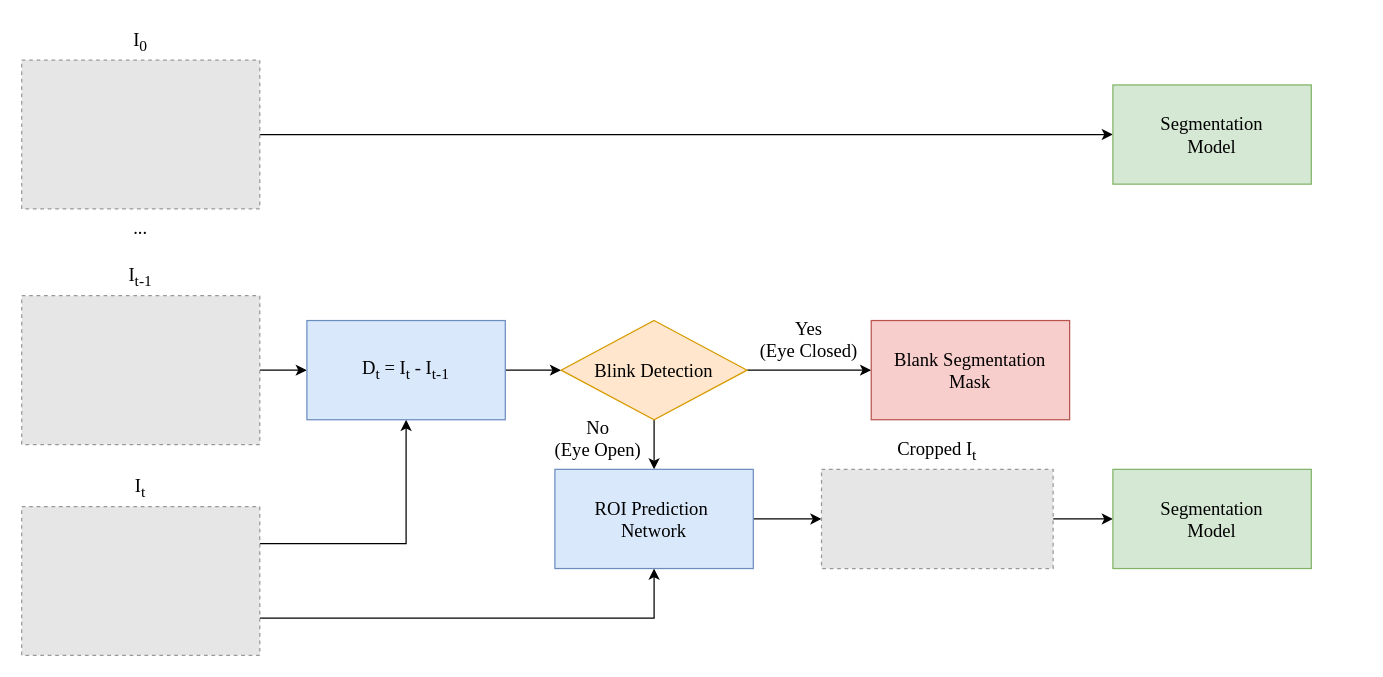
omaraguilarr84/VisualTracking keeps this draw.io diagram as AutoROI_flowchart.drawio. Above is the earlier version. Source tidied: cells renumbered, new cells numbered last; positions are measured from the earlier drawing's top-left corner, leaving out a move shared by most shapes. Both pictures are drawn from the tidied source at 124%, with x=0, y=0 at pixel (21, 22). Pictures stored in the file or linked from it are replaced by grey dashed boxes.
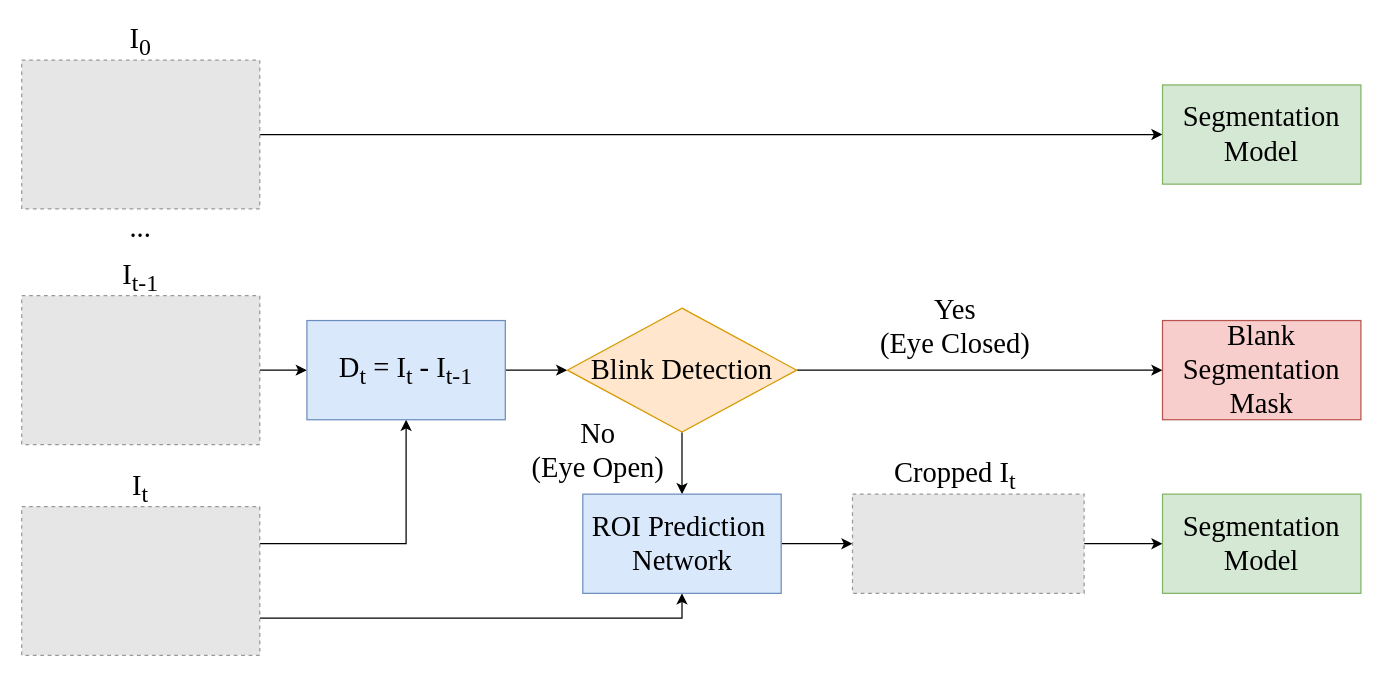
Above is the later version.

The edit, as a diff of the source:
```diff
@@
-    <mxCell id="2" style="edgeStyle=orthogonalEdgeStyle;rounded=0;jettySize=auto;html=1;exitX=1;exitY=0.5;exitDx=0;exitDy=0;entryX=0;entryY=0.5;entryDx=0;entryDy=0;" parent="1" edge="1" source="3" target="26">
+    <mxCell id="2" style="edgeStyle=orthogonalEdgeStyle;rounded=0;jettySize=auto;html=1;exitX=1;exitY=0.5;exitDx=0;exitDy=0;entryX=0;entryY=0.5;entryDx=0;entryDy=0;fontFamily=Times New Roman;fontSize=23;" parent="1" edge="1" source="3" target="26">
       <mxGeometry relative="1" as="geometry" />
     </mxCell>
-    <mxCell id="3" style="fillColor=#E6E6E6;strokeColor=#999999;dashed=1;verticalLabelPosition=bottom;labelBackgroundColor=default;verticalAlign=top;" parent="1" vertex="1">
+    <mxCell id="3" style="fillColor=#E6E6E6;strokeColor=#999999;dashed=1;verticalLabelPosition=bottom;labelBackgroundColor=default;verticalAlign=top;fontFamily=Times New Roman;fontSize=23;" parent="1" vertex="1">
       <mxGeometry y="30" width="192" height="120" as="geometry" />
     </mxCell>
-    <mxCell id="4" value="&lt;font face=&quot;Times New Roman&quot; style=&quot;font-size: 15px;&quot;&gt;I&lt;sub style=&quot;&quot;&gt;0&lt;/sub&gt;&lt;/font&gt;" style="text;html=1;align=center;verticalAlign=middle;whiteSpace=wrap;rounded=0;" parent="1" vertex="1">
+    <mxCell id="4" value="&lt;font&gt;I&lt;sub&gt;0&lt;/sub&gt;&lt;/font&gt;" style="text;html=1;align=center;verticalAlign=middle;whiteSpace=wrap;rounded=0;fontFamily=Times New Roman;fontSize=23;" parent="1" vertex="1">
       <mxGeometry x="66" width="60" height="30" as="geometry" />
     </mxCell>
-    <mxCell id="5" style="edgeStyle=orthogonalEdgeStyle;rounded=0;jettySize=auto;html=1;exitX=1;exitY=0.5;exitDx=0;exitDy=0;entryX=0;entryY=0.5;entryDx=0;entryDy=0;" parent="1" edge="1" source="6" target="14">
+    <mxCell id="5" style="edgeStyle=orthogonalEdgeStyle;rounded=0;jettySize=auto;html=1;exitX=1;exitY=0.5;exitDx=0;exitDy=0;entryX=0;entryY=0.5;entryDx=0;entryDy=0;fontFamily=Times New Roman;fontSize=23;" parent="1" edge="1" source="6" target="14">
       <mxGeometry relative="1" as="geometry" />
     </mxCell>
-    <mxCell id="6" style="fillColor=#E6E6E6;strokeColor=#999999;dashed=1;verticalLabelPosition=bottom;labelBackgroundColor=default;verticalAlign=top;" parent="1" vertex="1">
+    <mxCell id="6" style="fillColor=#E6E6E6;strokeColor=#999999;dashed=1;verticalLabelPosition=bottom;labelBackgroundColor=default;verticalAlign=top;fontFamily=Times New Roman;fontSize=23;" parent="1" vertex="1">
       <mxGeometry y="220" width="192" height="120" as="geometry" />
     </mxCell>
-    <mxCell id="7" value="&lt;font face=&quot;Times New Roman&quot;&gt;&lt;span style=&quot;font-size: 15px;&quot;&gt;I&lt;sub&gt;t-1&lt;/sub&gt;&lt;/span&gt;&lt;/font&gt;" style="text;html=1;align=center;verticalAlign=middle;whiteSpace=wrap;rounded=0;" parent="1" vertex="1">
+    <mxCell id="7" value="&lt;font&gt;&lt;span&gt;I&lt;sub&gt;t-1&lt;/sub&gt;&lt;/span&gt;&lt;/font&gt;" style="text;html=1;align=center;verticalAlign=middle;whiteSpace=wrap;rounded=0;fontFamily=Times New Roman;fontSize=23;" parent="1" vertex="1">
       <mxGeometry x="66" y="190" width="60" height="30" as="geometry" />
     </mxCell>
-    <mxCell id="8" value="&lt;font face=&quot;Times New Roman&quot; style=&quot;font-size: 15px;&quot;&gt;...&lt;/font&gt;" style="text;html=1;align=center;verticalAlign=middle;whiteSpace=wrap;rounded=0;" parent="1" vertex="1">
+    <mxCell id="8" value="&lt;font&gt;...&lt;/font&gt;" style="text;html=1;align=center;verticalAlign=middle;whiteSpace=wrap;rounded=0;fontFamily=Times New Roman;fontSize=23;" parent="1" vertex="1">
       <mxGeometry x="66" y="150" width="60" height="30" as="geometry" />
     </mxCell>
-    <mxCell id="9" style="edgeStyle=orthogonalEdgeStyle;rounded=0;jettySize=auto;html=1;exitX=1;exitY=0.25;exitDx=0;exitDy=0;entryX=0.5;entryY=1;entryDx=0;entryDy=0;" parent="1" edge="1" source="11" target="14">
+    <mxCell id="9" style="edgeStyle=orthogonalEdgeStyle;rounded=0;jettySize=auto;html=1;exitX=1;exitY=0.25;exitDx=0;exitDy=0;entryX=0.5;entryY=1;entryDx=0;entryDy=0;fontFamily=Times New Roman;fontSize=23;" parent="1" edge="1" source="11" target="14">
       <mxGeometry relative="1" as="geometry" />
     </mxCell>
-    <mxCell id="10" style="edgeStyle=orthogonalEdgeStyle;rounded=0;jettySize=auto;html=1;exitX=1;exitY=0.75;exitDx=0;exitDy=0;entryX=0.5;entryY=1;entryDx=0;entryDy=0;" parent="1" edge="1" source="11" target="20">
+    <mxCell id="10" style="edgeStyle=orthogonalEdgeStyle;rounded=0;jettySize=auto;html=1;exitX=1;exitY=0.75;exitDx=0;exitDy=0;entryX=0.5;entryY=1;entryDx=0;entryDy=0;fontFamily=Times New Roman;fontSize=23;" parent="1" edge="1" source="11" target="20">
       <mxGeometry relative="1" as="geometry" />
     </mxCell>
-    <mxCell id="11" style="fillColor=#E6E6E6;strokeColor=#999999;dashed=1;verticalLabelPosition=bottom;labelBackgroundColor=default;verticalAlign=top;" parent="1" vertex="1">
+    <mxCell id="11" style="fillColor=#E6E6E6;strokeColor=#999999;dashed=1;verticalLabelPosition=bottom;labelBackgroundColor=default;verticalAlign=top;fontFamily=Times New Roman;fontSize=23;" parent="1" vertex="1">
       <mxGeometry y="390" width="192" height="120" as="geometry" />
     </mxCell>
-    <mxCell id="12" value="&lt;font face=&quot;Times New Roman&quot;&gt;&lt;span style=&quot;font-size: 15px;&quot;&gt;I&lt;sub&gt;t&lt;/sub&gt;&lt;/span&gt;&lt;/font&gt;" style="text;html=1;align=center;verticalAlign=middle;whiteSpace=wrap;rounded=0;" parent="1" vertex="1">
+    <mxCell id="12" value="&lt;font&gt;&lt;span&gt;I&lt;sub&gt;t&lt;/sub&gt;&lt;/span&gt;&lt;/font&gt;" style="text;html=1;align=center;verticalAlign=middle;whiteSpace=wrap;rounded=0;fontFamily=Times New Roman;fontSize=23;" parent="1" vertex="1">
       <mxGeometry x="66" y="360" width="60" height="30" as="geometry" />
     </mxCell>
-    <mxCell id="13" style="edgeStyle=orthogonalEdgeStyle;rounded=0;jettySize=auto;html=1;exitX=1;exitY=0.5;exitDx=0;exitDy=0;entryX=0;entryY=0.5;entryDx=0;entryDy=0;" parent="1" edge="1" source="14" target="17">
+    <mxCell id="13" style="edgeStyle=orthogonalEdgeStyle;rounded=0;jettySize=auto;html=1;exitX=1;exitY=0.5;exitDx=0;exitDy=0;entryX=0;entryY=0.5;entryDx=0;entryDy=0;fontFamily=Times New Roman;fontSize=23;" parent="1" edge="1" source="14" target="17">
       <mxGeometry relative="1" as="geometry" />
     </mxCell>
-    <mxCell id="14" value="&lt;font style=&quot;font-size: 15px;&quot; face=&quot;Times New Roman&quot;&gt;D&lt;sub&gt;t&lt;/sub&gt; = I&lt;sub&gt;t&lt;/sub&gt; - I&lt;sub&gt;t-1&lt;/sub&gt;&lt;/font&gt;" style="rounded=0;whiteSpace=wrap;html=1;fillColor=#dae8fc;strokeColor=#6c8ebf;" parent="1" vertex="1">
+    <mxCell id="14" value="&lt;font&gt;D&lt;sub&gt;t&lt;/sub&gt; = I&lt;sub&gt;t&lt;/sub&gt; - I&lt;sub&gt;t-1&lt;/sub&gt;&lt;/font&gt;" style="rounded=0;whiteSpace=wrap;html=1;fillColor=#dae8fc;strokeColor=#6c8ebf;fontFamily=Times New Roman;fontSize=23;" parent="1" vertex="1">
       <mxGeometry x="230" y="240" width="160" height="80" as="geometry" />
     </mxCell>
-    <mxCell id="15" style="edgeStyle=orthogonalEdgeStyle;rounded=0;jettySize=auto;html=1;exitX=0.5;exitY=1;exitDx=0;exitDy=0;entryX=0.5;entryY=0;entryDx=0;entryDy=0;" parent="1" edge="1" source="17" target="20">
+    <mxCell id="15" style="edgeStyle=orthogonalEdgeStyle;rounded=0;jettySize=auto;html=1;exitX=0.5;exitY=1;exitDx=0;exitDy=0;entryX=0.5;entryY=0;entryDx=0;entryDy=0;fontFamily=Times New Roman;fontSize=23;" parent="1" edge="1" source="17" target="20">
       <mxGeometry relative="1" as="geometry" />
     </mxCell>
-    <mxCell id="16" style="edgeStyle=orthogonalEdgeStyle;rounded=0;jettySize=auto;html=1;exitX=1;exitY=0.5;exitDx=0;exitDy=0;entryX=0;entryY=0.5;entryDx=0;entryDy=0;" parent="1" edge="1" source="17" target="18">
+    <mxCell id="16" style="edgeStyle=orthogonalEdgeStyle;rounded=0;jettySize=auto;html=1;exitX=1;exitY=0.5;exitDx=0;exitDy=0;entryX=0;entryY=0.5;entryDx=0;entryDy=0;fontFamily=Times New Roman;fontSize=23;" parent="1" edge="1" source="17" target="18">
       <mxGeometry relative="1" as="geometry" />
     </mxCell>
-    <mxCell id="17" value="&lt;font face=&quot;Times New Roman&quot; style=&quot;font-size: 15px;&quot;&gt;Blink Detection&lt;/font&gt;" style="rhombus;whiteSpace=wrap;html=1;fillColor=#ffe6cc;strokeColor=#d79b00;" parent="1" vertex="1">
-      <mxGeometry x="435" y="240" width="150" height="80" as="geometry" />
+    <mxCell id="17" value="&lt;font&gt;Blink Detection&lt;/font&gt;" style="rhombus;whiteSpace=wrap;html=1;fillColor=#ffe6cc;strokeColor=#d79b00;fontFamily=Times New Roman;fontSize=23;" parent="1" vertex="1">
+      <mxGeometry x="440" y="230" width="185" height="100" as="geometry" />
     </mxCell>
-    <mxCell id="18" value="&lt;font face=&quot;Times New Roman&quot;&gt;&lt;span style=&quot;font-size: 15px;&quot;&gt;Blank Segmentation Mask&lt;/span&gt;&lt;/font&gt;" style="rounded=0;whiteSpace=wrap;html=1;fillColor=#f8cecc;strokeColor=#b85450;" parent="1" vertex="1">
-      <mxGeometry x="685.1" y="240" width="160" height="80" as="geometry" />
+    <mxCell id="18" value="&lt;font&gt;&lt;span&gt;Blank Segmentation Mask&lt;/span&gt;&lt;/font&gt;" style="rounded=0;whiteSpace=wrap;html=1;fillColor=#f8cecc;strokeColor=#b85450;fontFamily=Times New Roman;fontSize=23;" parent="1" vertex="1">
+      <mxGeometry x="920" y="240" width="160" height="80" as="geometry" />
     </mxCell>
-    <mxCell id="19" style="edgeStyle=orthogonalEdgeStyle;rounded=0;jettySize=auto;html=1;exitX=1;exitY=0.5;exitDx=0;exitDy=0;entryX=0;entryY=0.5;entryDx=0;entryDy=0;" parent="1" edge="1" source="20" target="22">
+    <mxCell id="19" style="edgeStyle=orthogonalEdgeStyle;rounded=0;jettySize=auto;html=1;exitX=1;exitY=0.5;exitDx=0;exitDy=0;entryX=0;entryY=0.5;entryDx=0;entryDy=0;fontFamily=Times New Roman;fontSize=23;" parent="1" edge="1" source="20" target="22">
       <mxGeometry relative="1" as="geometry" />
     </mxCell>
-    <mxCell id="20" value="&lt;font face=&quot;Times New Roman&quot;&gt;&lt;span style=&quot;font-size: 15px;&quot;&gt;ROI Prediction&amp;nbsp;&lt;/span&gt;&lt;/font&gt;&lt;div&gt;&lt;font face=&quot;Times New Roman&quot;&gt;&lt;span style=&quot;font-size: 15px;&quot;&gt;Network&lt;/span&gt;&lt;/font&gt;&lt;/div&gt;" style="rounded=0;whiteSpace=wrap;html=1;fillColor=#dae8fc;strokeColor=#6c8ebf;" parent="1" vertex="1">
-      <mxGeometry x="430" y="360" width="160" height="80" as="geometry" />
+    <mxCell id="20" value="&lt;font&gt;&lt;span&gt;ROI Prediction&amp;nbsp;&lt;/span&gt;&lt;/font&gt;&lt;div&gt;&lt;font&gt;&lt;span&gt;Network&lt;/span&gt;&lt;/font&gt;&lt;/div&gt;" style="rounded=0;whiteSpace=wrap;html=1;fillColor=#dae8fc;strokeColor=#6c8ebf;fontFamily=Times New Roman;fontSize=23;" parent="1" vertex="1">
+      <mxGeometry x="452.5" y="380" width="160" height="80" as="geometry" />
     </mxCell>
-    <mxCell id="21" style="edgeStyle=orthogonalEdgeStyle;rounded=0;jettySize=auto;html=1;exitX=1;exitY=0.5;exitDx=0;exitDy=0;entryX=0;entryY=0.5;entryDx=0;entryDy=0;" parent="1" edge="1" source="22" target="25">
+    <mxCell id="21" style="edgeStyle=orthogonalEdgeStyle;rounded=0;jettySize=auto;html=1;exitX=1;exitY=0.5;exitDx=0;exitDy=0;entryX=0;entryY=0.5;entryDx=0;entryDy=0;fontFamily=Times New Roman;fontSize=23;" parent="1" edge="1" source="22" target="25">
       <mxGeometry relative="1" as="geometry" />
     </mxCell>
-    <mxCell id="22" style="fillColor=#E6E6E6;strokeColor=#999999;dashed=1;verticalLabelPosition=bottom;labelBackgroundColor=default;verticalAlign=top;" parent="1" vertex="1">
-      <mxGeometry x="645" y="360" width="186.8" height="80" as="geometry" />
+    <mxCell id="22" style="fillColor=#E6E6E6;strokeColor=#999999;dashed=1;verticalLabelPosition=bottom;labelBackgroundColor=default;verticalAlign=top;fontFamily=Times New Roman;fontSize=23;" parent="1" vertex="1">
+      <mxGeometry x="670" y="380" width="186.8" height="80" as="geometry" />
     </mxCell>
-    <mxCell id="23" value="&lt;font face=&quot;Times New Roman&quot; style=&quot;font-size: 15px;&quot;&gt;Cropped I&lt;sub&gt;t&lt;/sub&gt;&lt;/font&gt;" style="text;html=1;align=center;verticalAlign=middle;whiteSpace=wrap;rounded=0;" parent="1" vertex="1">
-      <mxGeometry x="685.1" y="330" width="106.6" height="30" as="geometry" />
+    <mxCell id="23" value="&lt;font&gt;Cropped I&lt;sub&gt;t&lt;/sub&gt;&lt;/font&gt;" style="text;html=1;align=center;verticalAlign=middle;whiteSpace=wrap;rounded=0;fontFamily=Times New Roman;fontSize=23;" parent="1" vertex="1">
+      <mxGeometry x="683.4" y="350" width="140" height="30" as="geometry" />
     </mxCell>
-    <mxCell id="24" value="&lt;font face=&quot;Times New Roman&quot; style=&quot;font-size: 15px;&quot;&gt;No&lt;/font&gt;&lt;div&gt;&lt;font face=&quot;Times New Roman&quot; style=&quot;font-size: 15px;&quot;&gt;(Eye Open)&lt;/font&gt;&lt;/div&gt;" style="text;html=1;align=center;verticalAlign=middle;whiteSpace=wrap;rounded=0;" parent="1" vertex="1">
-      <mxGeometry x="410" y="320" width="110" height="30" as="geometry" />
+    <mxCell id="24" value="&lt;font&gt;No&lt;/font&gt;&lt;div&gt;&lt;font&gt;(Eye Open)&lt;/font&gt;&lt;/div&gt;" style="text;html=1;align=center;verticalAlign=middle;whiteSpace=wrap;rounded=0;fontFamily=Times New Roman;fontSize=23;" parent="1" vertex="1">
+      <mxGeometry x="370" y="330" width="190" height="30" as="geometry" />
     </mxCell>
-    <mxCell id="25" value="&lt;font face=&quot;Times New Roman&quot;&gt;&lt;span style=&quot;font-size: 15px;&quot;&gt;Segmentation&lt;/span&gt;&lt;/font&gt;&lt;div&gt;&lt;font face=&quot;Times New Roman&quot;&gt;&lt;span style=&quot;font-size: 15px;&quot;&gt;Model&lt;/span&gt;&lt;/font&gt;&lt;/div&gt;" style="rounded=0;whiteSpace=wrap;html=1;fillColor=#d5e8d4;strokeColor=#82b366;" parent="1" vertex="1">
-      <mxGeometry x="880" y="360" width="160" height="80" as="geometry" />
+    <mxCell id="25" value="&lt;font&gt;&lt;span&gt;Segmentation&lt;/span&gt;&lt;/font&gt;&lt;div&gt;&lt;font&gt;&lt;span&gt;Model&lt;/span&gt;&lt;/font&gt;&lt;/div&gt;" style="rounded=0;whiteSpace=wrap;html=1;fillColor=#d5e8d4;strokeColor=#82b366;fontFamily=Times New Roman;fontSize=23;" parent="1" vertex="1">
+      <mxGeometry x="920" y="380" width="160" height="80" as="geometry" />
     </mxCell>
-    <mxCell id="26" value="&lt;font face=&quot;Times New Roman&quot;&gt;&lt;span style=&quot;font-size: 15px;&quot;&gt;Segmentation&lt;/span&gt;&lt;/font&gt;&lt;div&gt;&lt;font face=&quot;Times New Roman&quot;&gt;&lt;span style=&quot;font-size: 15px;&quot;&gt;Model&lt;/span&gt;&lt;/font&gt;&lt;/div&gt;" style="rounded=0;whiteSpace=wrap;html=1;fillColor=#d5e8d4;strokeColor=#82b366;" parent="1" vertex="1">
-      <mxGeometry x="880" y="50" width="160" height="80" as="geometry" />
+    <mxCell id="26" value="&lt;font&gt;&lt;span&gt;Segmentation&lt;/span&gt;&lt;/font&gt;&lt;div&gt;&lt;font&gt;&lt;span&gt;Model&lt;/span&gt;&lt;/font&gt;&lt;/div&gt;" style="rounded=0;whiteSpace=wrap;html=1;fillColor=#d5e8d4;strokeColor=#82b366;fontFamily=Times New Roman;fontSize=23;" parent="1" vertex="1">
+      <mxGeometry x="920" y="50" width="160" height="80" as="geometry" />
     </mxCell>
-    <mxCell id="27" value="&lt;font face=&quot;Times New Roman&quot; style=&quot;font-size: 15px;&quot;&gt;Yes&lt;/font&gt;&lt;div&gt;&lt;font face=&quot;Times New Roman&quot; style=&quot;font-size: 15px;&quot;&gt;(Eye Closed)&lt;/font&gt;&lt;/div&gt;" style="text;html=1;align=center;verticalAlign=middle;whiteSpace=wrap;rounded=0;" parent="1" vertex="1">
-      <mxGeometry x="590" y="240" width="90" height="30" as="geometry" />
+    <mxCell id="27" value="&lt;font&gt;Yes&lt;/font&gt;&lt;div&gt;&lt;font&gt;(Eye Closed)&lt;/font&gt;&lt;/div&gt;" style="text;html=1;align=center;verticalAlign=middle;whiteSpace=wrap;rounded=0;fontFamily=Times New Roman;fontSize=23;" parent="1" vertex="1">
+      <mxGeometry x="678.4" y="230" width="150" height="30" as="geometry" />
     </mxCell>
+    <mxCell id="28" style="edgeStyle=orthogonalEdgeStyle;rounded=0;orthogonalLoop=1;jettySize=auto;html=1;exitX=0.5;exitY=1;exitDx=0;exitDy=0;fontFamily=Times New Roman;fontSize=23;" parent="1" edge="1" source="24" target="24">
+      <mxGeometry relative="1" as="geometry" />
+    </mxCell>
```
